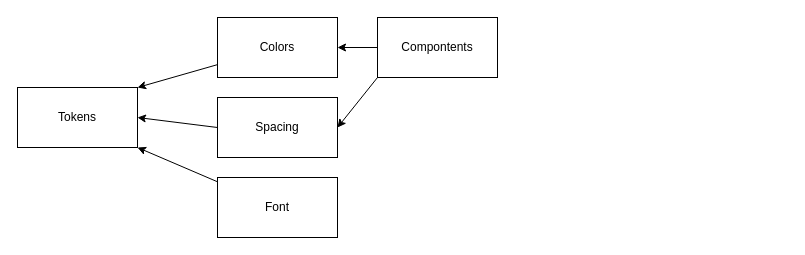
JoEduardoReyes/edarkmatter-obs-overlays keeps this draw.io diagram as docs/structure.drawio. Above is the earlier version. Source tidied: cells renumbered, new cells numbered last; positions are measured from the earlier drawing's top-left corner, leaving out a move shared by most shapes. Both pictures are drawn from the tidied source at 100%, with x=0, y=0 at pixel (17, 17).
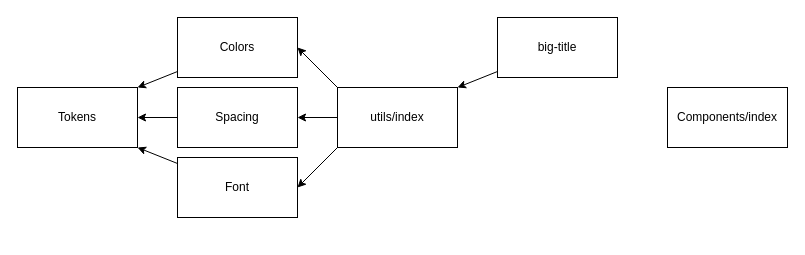
After the change.

The edit, as a diff of the source:
```diff
@@
 <mxGraphModel>
   <root>
     <mxCell id="0" />
     <mxCell id="1" parent="0" />
     <mxCell id="2" style="edgeStyle=none;html=1;entryX=1;entryY=0;entryDx=0;entryDy=0;" parent="1" edge="1" source="3" target="6">
       <mxGeometry relative="1" as="geometry" />
     </mxCell>
     <mxCell id="3" value="Colors" style="rounded=0;whiteSpace=wrap;html=1;" parent="1" vertex="1">
-      <mxGeometry x="200" width="120" height="60" as="geometry" />
+      <mxGeometry x="160" width="120" height="60" as="geometry" />
     </mxCell>
     <mxCell id="4" style="edgeStyle=none;html=1;exitX=0;exitY=0.5;exitDx=0;exitDy=0;entryX=1;entryY=0.5;entryDx=0;entryDy=0;" parent="1" edge="1" source="5" target="6">
       <mxGeometry relative="1" as="geometry" />
     </mxCell>
     <mxCell id="5" value="Spacing" style="rounded=0;whiteSpace=wrap;html=1;" parent="1" vertex="1">
-      <mxGeometry x="200" y="80" width="120" height="60" as="geometry" />
+      <mxGeometry x="160" y="70" width="120" height="60" as="geometry" />
     </mxCell>
     <mxCell id="6" value="Tokens" style="rounded=0;whiteSpace=wrap;html=1;" parent="1" vertex="1">
       <mxGeometry y="70" width="120" height="60" as="geometry" />
     </mxCell>
-    <mxCell id="7" style="edgeStyle=none;html=1;entryX=1;entryY=0.5;entryDx=0;entryDy=0;" parent="1" edge="1" source="9" target="3">
+    <mxCell id="7" style="edgeStyle=none;html=1;entryX=1;entryY=0.5;entryDx=0;entryDy=0;exitX=0;exitY=0;exitDx=0;exitDy=0;" parent="1" edge="1" source="9" target="3">
       <mxGeometry relative="1" as="geometry" />
     </mxCell>
+    <mxCell id="12" style="edgeStyle=none;html=1;exitX=0;exitY=1;exitDx=0;exitDy=0;entryX=1;entryY=0.5;entryDx=0;entryDy=0;" parent="1" edge="1" source="9" target="11">
+      <mxGeometry relative="1" as="geometry" />
+    </mxCell>
-    <mxCell id="8" style="edgeStyle=none;html=1;exitX=0;exitY=1;exitDx=0;exitDy=0;entryX=1;entryY=0.5;entryDx=0;entryDy=0;" parent="1" edge="1" source="9" target="5">
+    <mxCell id="8" style="edgeStyle=none;html=1;exitX=0;exitY=0.5;exitDx=0;exitDy=0;entryX=1;entryY=0.5;entryDx=0;entryDy=0;" parent="1" edge="1" source="9" target="5">
       <mxGeometry relative="1" as="geometry" />
     </mxCell>
-    <mxCell id="9" value="Compontents" style="rounded=0;whiteSpace=wrap;html=1;" parent="1" vertex="1">
-      <mxGeometry x="360" width="120" height="60" as="geometry" />
+    <mxCell id="9" value="utils/index" style="rounded=0;whiteSpace=wrap;html=1;" parent="1" vertex="1">
+      <mxGeometry x="320" y="70" width="120" height="60" as="geometry" />
     </mxCell>
     <mxCell id="10" style="edgeStyle=none;html=1;entryX=1;entryY=1;entryDx=0;entryDy=0;" parent="1" edge="1" source="11" target="6">
       <mxGeometry relative="1" as="geometry" />
     </mxCell>
     <mxCell id="11" value="Font" style="rounded=0;whiteSpace=wrap;html=1;" parent="1" vertex="1">
-      <mxGeometry x="200" y="160" width="120" height="60" as="geometry" />
+      <mxGeometry x="160" y="140" width="120" height="60" as="geometry" />
     </mxCell>
+    <mxCell id="13" style="edgeStyle=none;html=1;entryX=1;entryY=0;entryDx=0;entryDy=0;" parent="1" edge="1" source="14" target="9">
+      <mxGeometry relative="1" as="geometry" />
+    </mxCell>
+    <mxCell id="14" value="big-title" style="rounded=0;whiteSpace=wrap;html=1;" parent="1" vertex="1">
+      <mxGeometry x="480" width="120" height="60" as="geometry" />
+    </mxCell>
+    <mxCell id="15" value="Components/index" style="rounded=0;whiteSpace=wrap;html=1;" parent="1" vertex="1">
+      <mxGeometry x="650" y="70" width="120" height="60" as="geometry" />
+    </mxCell>
   </root>
 </mxGraphModel>
```
